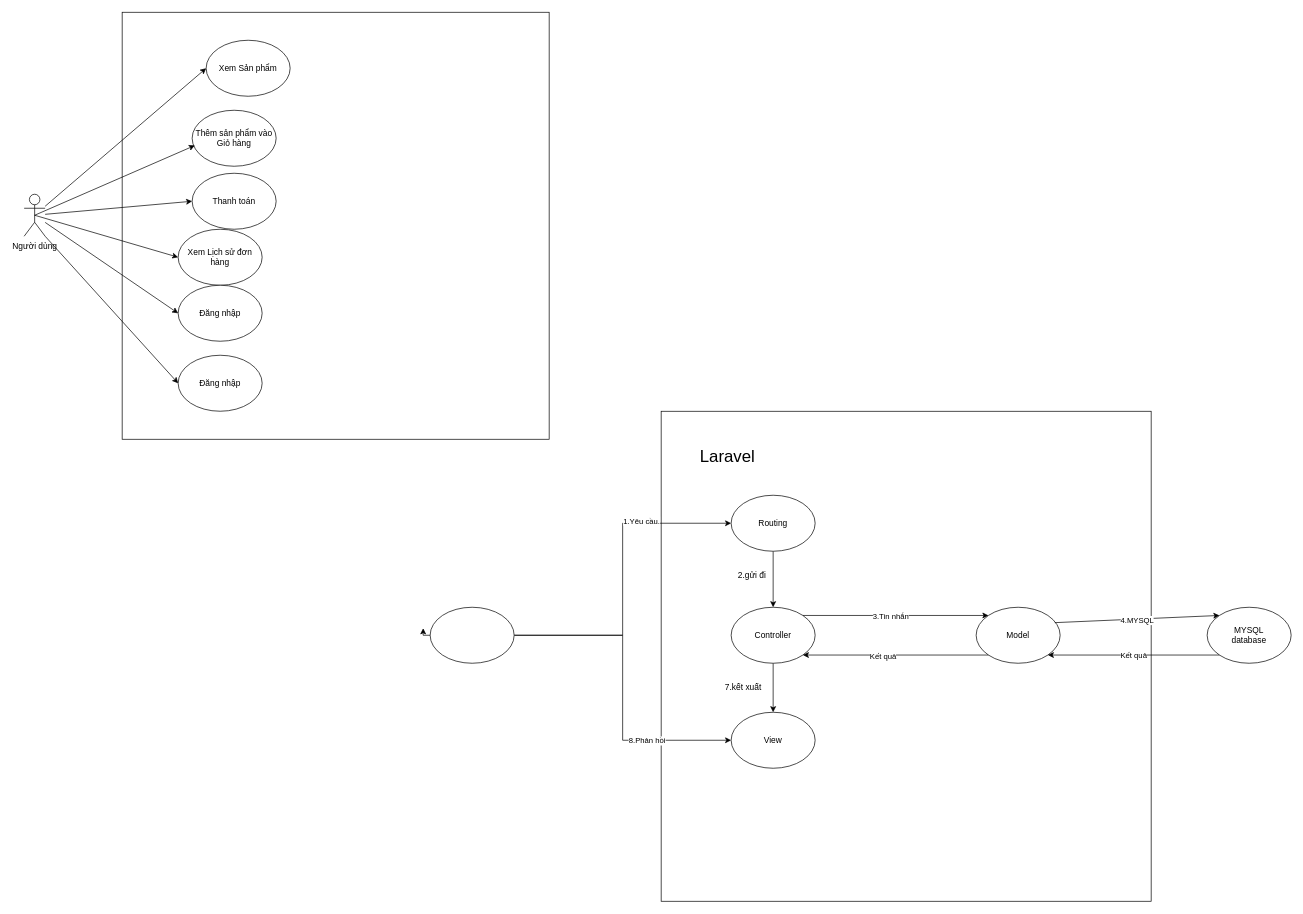
beovan/WEB2041_DuAnMau keeps this draw.io diagram as Untitled Diagram.drawio. Above is the earlier version. Source tidied: cells renumbered, new cells numbered last; positions are measured from the earlier drawing's top-left corner, leaving out a move shared by most shapes. Both pictures are drawn from the tidied source at 70%, with x=0, y=0 at pixel (24, 12).
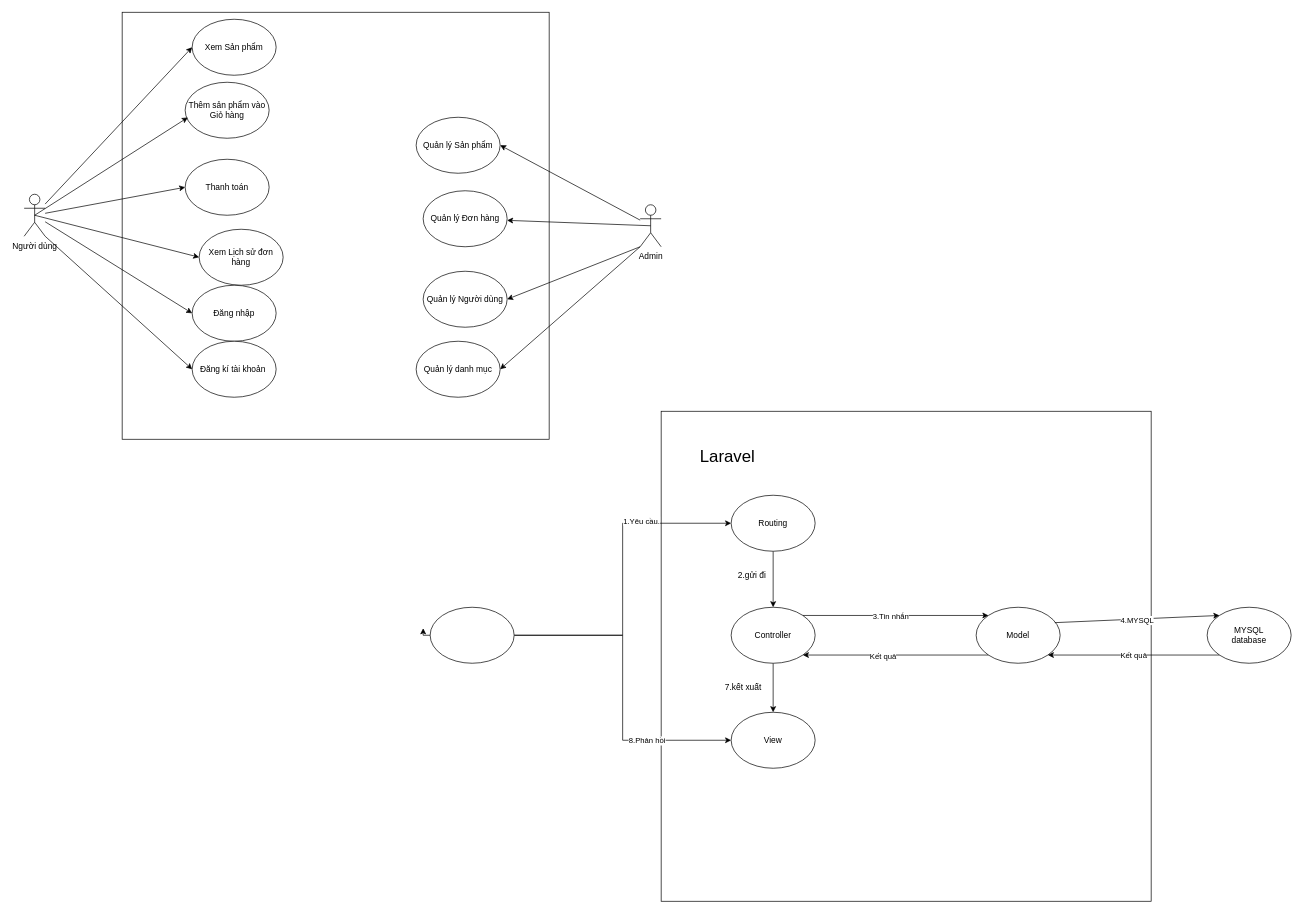
Above is the later version.

The edit, as a diff of the source:
```diff
@@
     <mxCell id="5" value="Xem Sản phẩm" style="ellipse;whiteSpace=wrap;html=1;" parent="1" vertex="1">
-      <mxGeometry x="260" y="40" width="120" height="80" as="geometry" />
+      <mxGeometry x="240" y="10" width="120" height="80" as="geometry" />
     </mxCell>
     <mxCell id="6" value="Thêm sản phẩm vào Giỏ hàng" style="ellipse;whiteSpace=wrap;html=1;" parent="1" vertex="1">
-      <mxGeometry x="240" y="140" width="120" height="80" as="geometry" />
+      <mxGeometry x="230" y="100" width="120" height="80" as="geometry" />
     </mxCell>
     <mxCell id="7" value="Thanh toán" style="ellipse;whiteSpace=wrap;html=1;" parent="1" vertex="1">
-      <mxGeometry x="240" y="230" width="120" height="80" as="geometry" />
+      <mxGeometry x="230" y="210" width="120" height="80" as="geometry" />
     </mxCell>
     <mxCell id="8" value="Xem Lịch sử đơn hàng" style="ellipse;whiteSpace=wrap;html=1;" parent="1" vertex="1">
-      <mxGeometry x="220" y="310" width="120" height="80" as="geometry" />
+      <mxGeometry x="250" y="310" width="120" height="80" as="geometry" />
     </mxCell>
     <mxCell id="9" value="Đăng nhập" style="ellipse;whiteSpace=wrap;html=1;" parent="1" vertex="1">
-      <mxGeometry x="220" y="390" width="120" height="80" as="geometry" />
+      <mxGeometry x="240" y="390" width="120" height="80" as="geometry" />
     </mxCell>
-    <mxCell id="10" value="Đăng nhập" style="ellipse;whiteSpace=wrap;html=1;" parent="1" vertex="1">
-      <mxGeometry x="220" y="490" width="120" height="80" as="geometry" />
+    <mxCell id="10" value="Đăng kí tài khoản&amp;nbsp;" style="ellipse;whiteSpace=wrap;html=1;" parent="1" vertex="1">
+      <mxGeometry x="240" y="470" width="120" height="80" as="geometry" />
     </mxCell>
@@
+    <mxCell id="41" value="Admin" style="shape=umlActor;verticalLabelPosition=bottom;verticalAlign=top;html=1;outlineConnect=0;" parent="1" vertex="1">
+      <mxGeometry x="880" y="275" width="30" height="60" as="geometry" />
+    </mxCell>
+    <mxCell id="42" value="Quản lý Sản phẩm" style="ellipse;whiteSpace=wrap;html=1;" parent="1" vertex="1">
+      <mxGeometry x="560" y="150" width="120" height="80" as="geometry" />
+    </mxCell>
+    <mxCell id="43" value="Quản lý Đơn hàng" style="ellipse;whiteSpace=wrap;html=1;" parent="1" vertex="1">
+      <mxGeometry x="570" y="255" width="120" height="80" as="geometry" />
+    </mxCell>
+    <mxCell id="44" value="Quản lý Người dùng" style="ellipse;whiteSpace=wrap;html=1;" parent="1" vertex="1">
+      <mxGeometry x="570" y="370" width="120" height="80" as="geometry" />
+    </mxCell>
+    <mxCell id="45" style="endArrow=classic;html=1;rounded=0;entryX=1;entryY=0.5;entryDx=0;entryDy=0;" parent="1" edge="1" source="41" target="42">
+      <mxGeometry relative="1" as="geometry" />
+    </mxCell>
+    <mxCell id="46" style="endArrow=classic;html=1;rounded=0;exitX=0.5;exitY=0.5;exitDx=0;exitDy=0;exitPerimeter=0;" parent="1" edge="1" source="41" target="43">
+      <mxGeometry relative="1" as="geometry" />
+    </mxCell>
+    <mxCell id="47" style="endArrow=classic;html=1;rounded=0;exitX=0;exitY=1;exitDx=0;exitDy=0;exitPerimeter=0;entryX=1;entryY=0.5;entryDx=0;entryDy=0;" parent="1" edge="1" source="41" target="44">
+      <mxGeometry relative="1" as="geometry" />
+    </mxCell>
+    <mxCell id="48" value="&lt;br style=&quot;border-color: var(--border-color);&quot;&gt;&lt;br style=&quot;border-color: var(--border-color);&quot;&gt;&lt;br style=&quot;border-color: var(--border-color);&quot;&gt;&lt;p style=&quot;border-color: var(--border-color); line-height: 18px;&quot; class=&quot;h3sdashlist&quot;&gt;&lt;span style=&quot;border-color: var(--border-color); font-family: Tahoma, sans-serif;&quot; lang=&quot;VI&quot;&gt;&lt;/span&gt;Quản lý danh mục&lt;/p&gt;&lt;br style=&quot;border-color: var(--border-color);&quot;&gt;&lt;br style=&quot;border-color: var(--border-color);&quot;&gt;&lt;br style=&quot;border-color: var(--border-color);&quot;&gt;" style="ellipse;whiteSpace=wrap;html=1;" parent="1" vertex="1">
+      <mxGeometry x="560" y="470" width="120" height="80" as="geometry" />
+    </mxCell>
+    <mxCell id="49" style="endArrow=classic;html=1;rounded=0;entryX=1;entryY=0.5;entryDx=0;entryDy=0;exitX=0;exitY=1;exitDx=0;exitDy=0;exitPerimeter=0;" parent="1" edge="1" source="41" target="48">
+      <mxGeometry relative="1" as="geometry" />
+    </mxCell>
```
